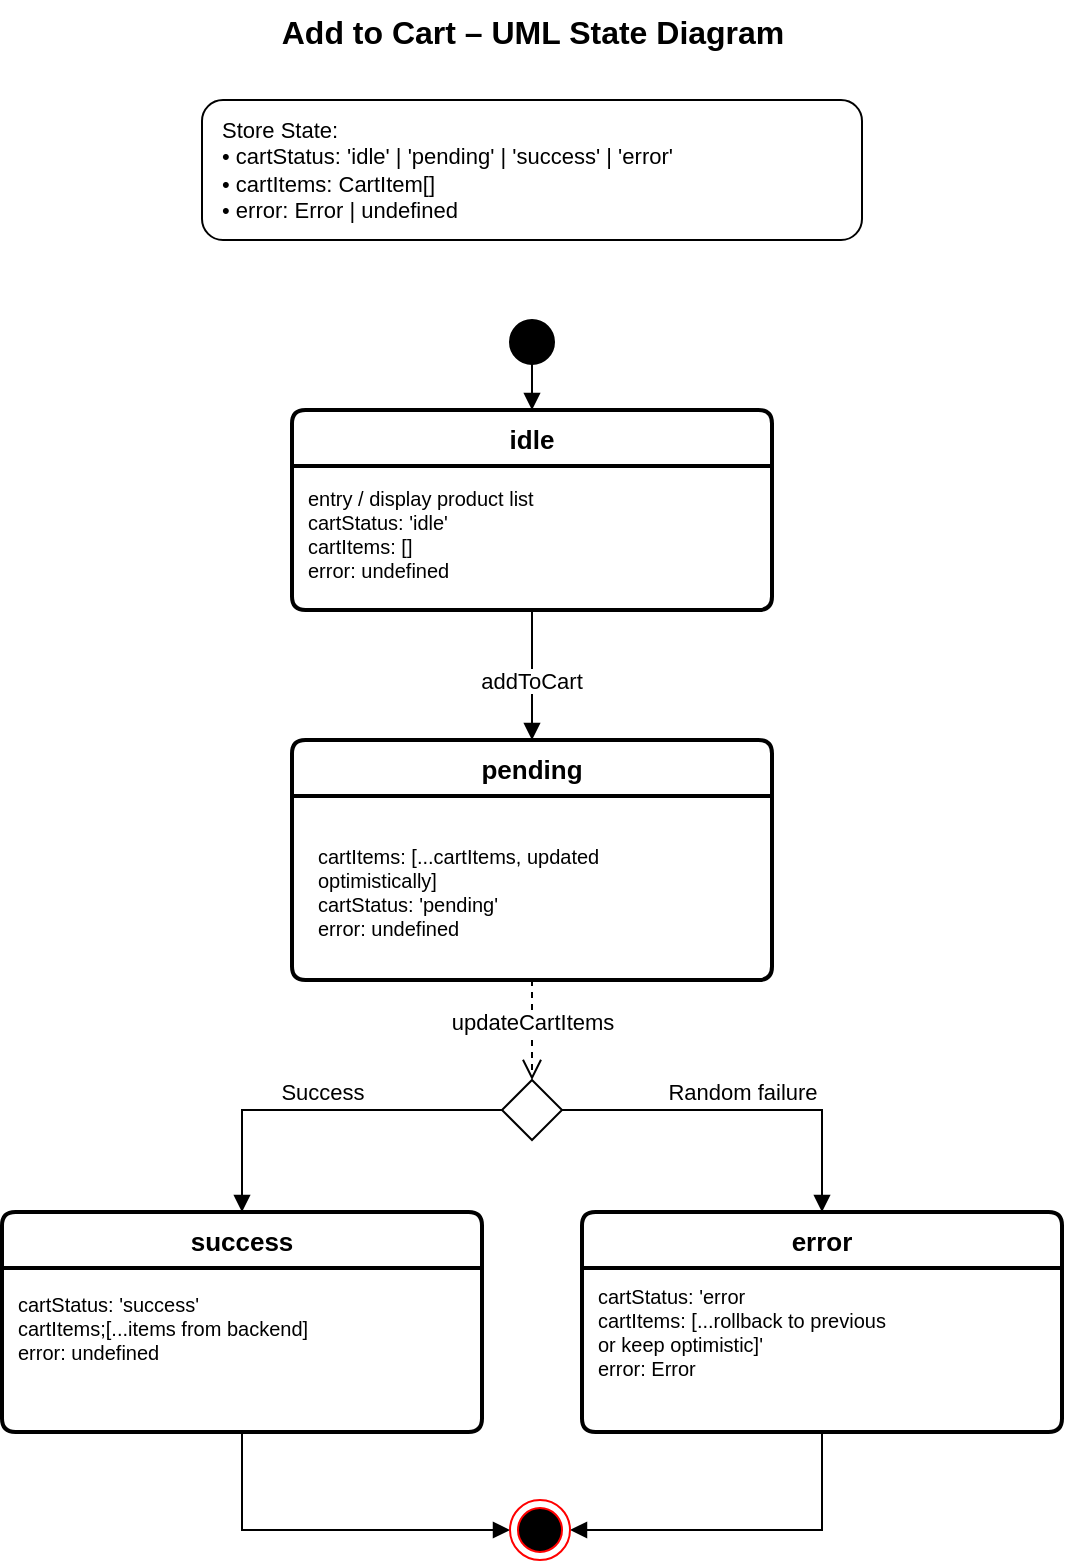
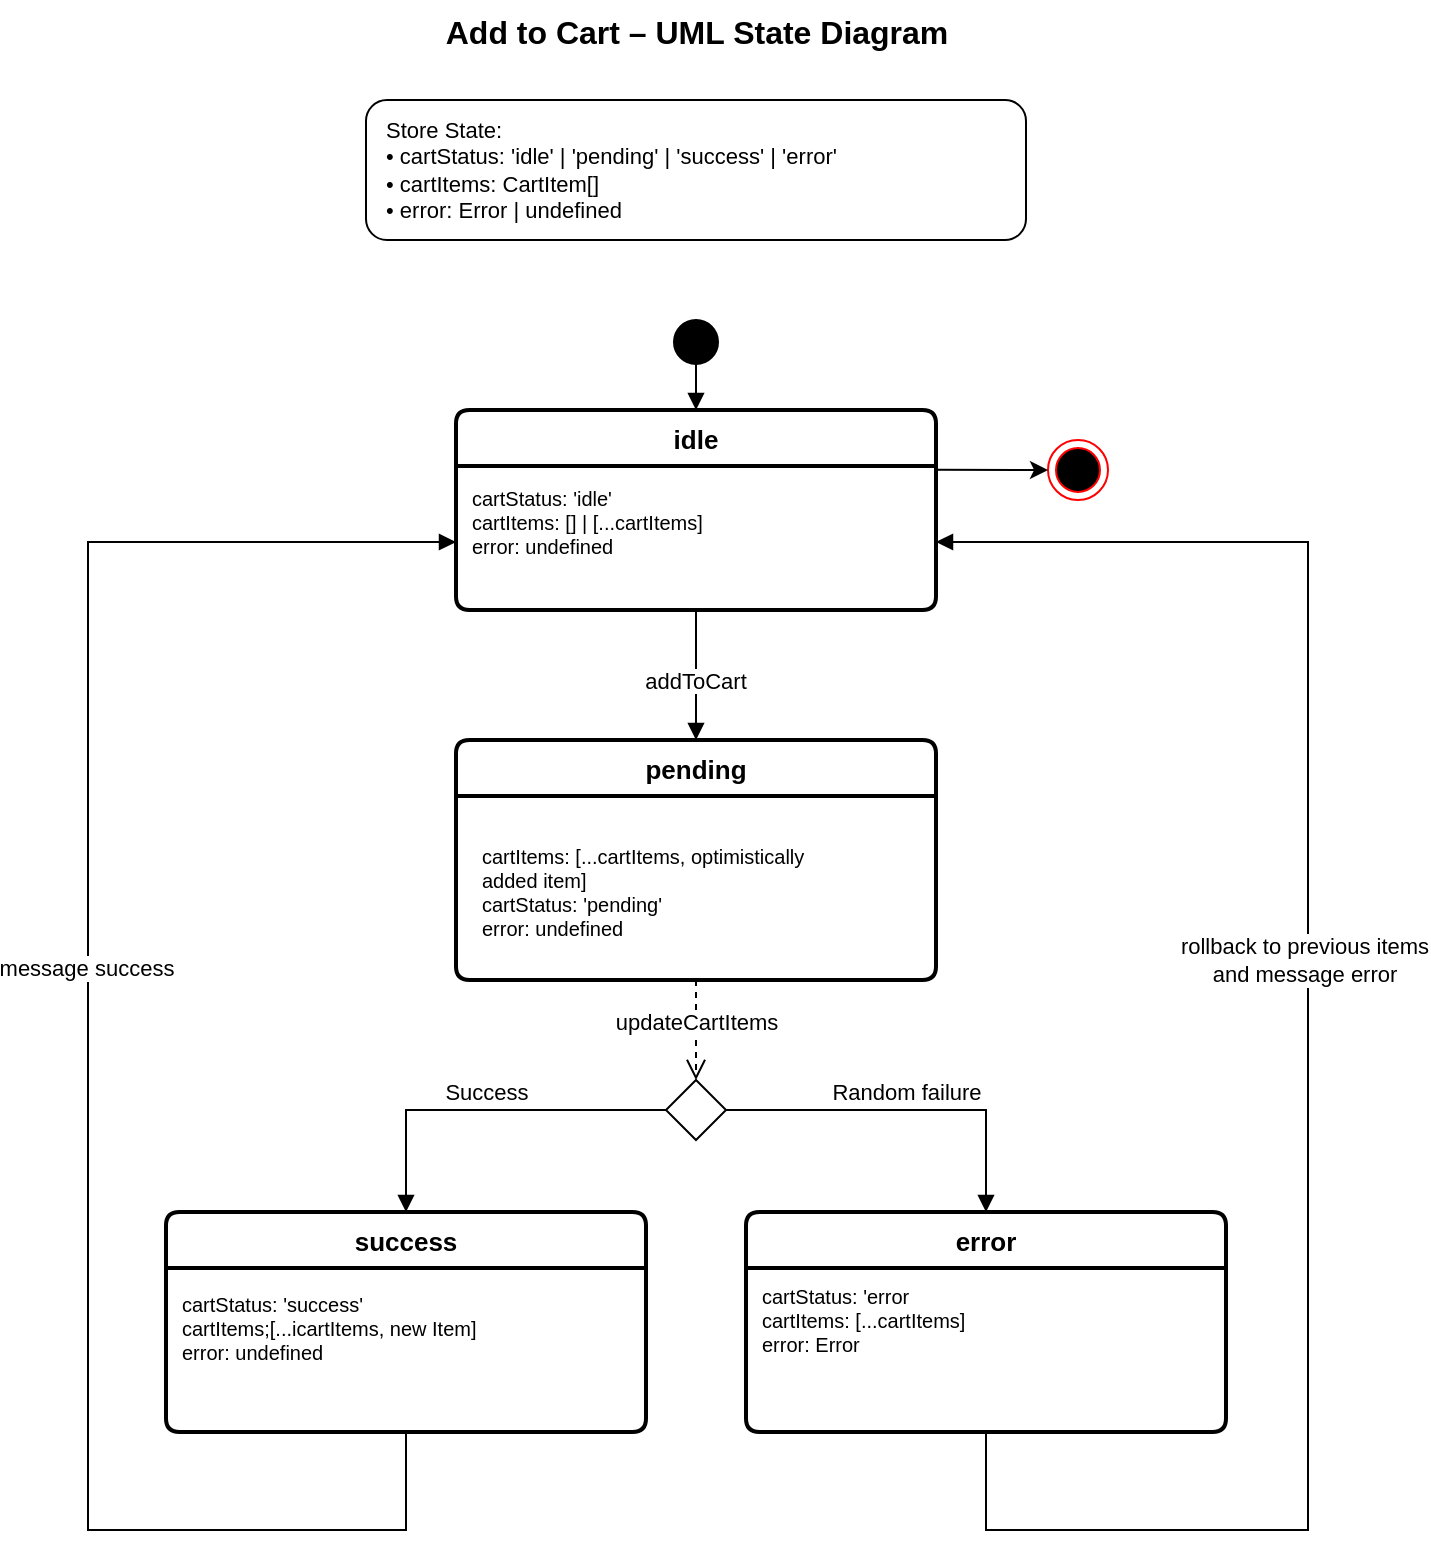
<mxfile host="app.diagrams.net">
  <diagram id="MngWNacFUTHRMVEKj6Bu" name="Page-1">
-     <mxGraphModel dx="1178" dy="648" grid="1" gridSize="10" guides="1" tooltips="1" connect="1" arrows="1" fold="1" page="1" pageScale="1" pageWidth="827" pageHeight="1169" math="0" shadow="0">
+     <mxGraphModel dx="808" dy="444" grid="1" gridSize="10" guides="1" tooltips="1" connect="1" arrows="1" fold="1" page="1" pageScale="1" pageWidth="827" pageHeight="1169" math="0" shadow="0">
      <root>
        <mxCell id="0" />
        <mxCell id="1" parent="0" />
        <mxCell id="title" parent="1" style="text;html=1;fontSize=16;fontStyle=1;align=center;" value="Add to Cart – UML State Diagram" vertex="1">
          <mxGeometry height="30" width="330" x="249" y="30" as="geometry" />
        </mxCell>
        <mxCell id="initial" parent="1" style="ellipse;aspect=fixed;fillColor=#000000;strokeColor=#000000;" value="" vertex="1">
          <mxGeometry height="22" width="22" x="403" y="190" as="geometry" />
        </mxCell>
        <mxCell id="state-idle" parent="1" style="swimlane;startSize=28;rounded=1;arcSize=8;fillColor=none;strokeColor=#000000;fontSize=13;fontStyle=1;strokeWidth=2;" value="idle" vertex="1">
          <mxGeometry height="100" width="240" x="294" y="235" as="geometry" />
        </mxCell>
-         <mxCell id="state-idle-body" parent="state-idle" style="text;html=1;align=left;verticalAlign=top;spacingLeft=6;fontSize=10;strokeColor=none;fillColor=none;" value="entry / display product list&lt;br&gt;cartStatus: &#39;idle&#39;&lt;div&gt;cartItems: []&lt;br&gt;error: undefined&lt;/div&gt;" vertex="1">
+         <mxCell id="state-idle-body" parent="state-idle" style="text;html=1;align=left;verticalAlign=top;spacingLeft=6;fontSize=10;strokeColor=none;fillColor=none;" value="cartStatus: &#39;idle&#39;&lt;div&gt;cartItems: [] | [...cartItems]&lt;br&gt;error: undefined&lt;/div&gt;" vertex="1">
          <mxGeometry height="68" width="240" y="32" as="geometry" />
        </mxCell>
        <mxCell id="state-loading" parent="1" style="swimlane;startSize=28;rounded=1;arcSize=8;fillColor=none;strokeColor=#000000;fontSize=13;fontStyle=1;strokeWidth=2;" value="pending" vertex="1">
          <mxGeometry height="120" width="240" x="294" y="400" as="geometry" />
        </mxCell>
-         <mxCell id="7sUgZ1GU8TwjSTWwtebS-1" parent="state-loading" style="text;html=1;whiteSpace=wrap;strokeColor=none;fillColor=none;align=left;verticalAlign=middle;rounded=0;" value="&lt;div style=&quot;line-height: 100%;&quot;&gt;&lt;font style=&quot;font-size: 10px; line-height: 100%;&quot;&gt;cartItems: [...cartItems, updated optimistically]&lt;/font&gt;&lt;div&gt;&lt;font style=&quot;font-size: 10px; line-height: 100%;&quot;&gt;cartStatus: &#39;pending&#39;&lt;/font&gt;&lt;/div&gt;&lt;div&gt;&lt;font style=&quot;font-size: 10px; line-height: 100%;&quot;&gt;error: undefined&lt;/font&gt;&lt;/div&gt;&lt;/div&gt;" vertex="1">
+         <mxCell id="7sUgZ1GU8TwjSTWwtebS-1" parent="state-loading" style="text;html=1;whiteSpace=wrap;strokeColor=none;fillColor=none;align=left;verticalAlign=middle;rounded=0;" value="&lt;div style=&quot;line-height: 100%;&quot;&gt;&lt;font style=&quot;font-size: 10px; line-height: 100%;&quot;&gt;cartItems: [...cartItems, optimistically added item]&lt;/font&gt;&lt;div&gt;&lt;font style=&quot;font-size: 10px; line-height: 100%;&quot;&gt;cartStatus: &#39;pending&#39;&lt;/font&gt;&lt;/div&gt;&lt;div&gt;&lt;font style=&quot;font-size: 10px; line-height: 100%;&quot;&gt;error: undefined&lt;/font&gt;&lt;/div&gt;&lt;/div&gt;" vertex="1">
          <mxGeometry height="50" width="190" x="11" y="50" as="geometry" />
        </mxCell>
        <mxCell id="state-success" parent="1" style="swimlane;startSize=28;rounded=1;arcSize=8;fillColor=light-dark(#ffffff, #1f2f1e);strokeColor=light-dark(#000000, #446e2c);fontSize=13;fontStyle=1;strokeWidth=2;" value="success" vertex="1">
          <mxGeometry height="110" width="240" x="149" y="636" as="geometry" />
        </mxCell>
-         <mxCell id="state-success-body" parent="state-success" style="text;html=1;align=left;verticalAlign=top;spacingLeft=6;fontSize=10;strokeColor=none;fillColor=none;" value="cartStatus: &#39;success&#39;&lt;div&gt;cartItems;[...items from backend]&lt;br&gt;&lt;div&gt;error: undefined&lt;br&gt;&lt;div&gt;&lt;br&gt;&lt;/div&gt;&lt;/div&gt;&lt;/div&gt;" vertex="1">
+         <mxCell id="state-success-body" parent="state-success" style="text;html=1;align=left;verticalAlign=top;spacingLeft=6;fontSize=10;strokeColor=none;fillColor=none;" value="cartStatus: &#39;success&#39;&lt;div&gt;cartItems;[...icartItems, new Item]&lt;br&gt;&lt;div&gt;error: undefined&lt;br&gt;&lt;div&gt;&lt;br&gt;&lt;/div&gt;&lt;/div&gt;&lt;/div&gt;" vertex="1">
          <mxGeometry height="68" width="210" y="34" as="geometry" />
        </mxCell>
        <mxCell id="state-error" parent="1" style="swimlane;startSize=28;rounded=1;arcSize=8;fillColor=#FFFFFF;strokeColor=#000000;fontSize=13;fontStyle=1;strokeWidth=2;" value="error" vertex="1">
          <mxGeometry height="110" width="240" x="439" y="636" as="geometry" />
        </mxCell>
-         <mxCell id="state-error-body" parent="state-error" style="text;html=1;align=left;verticalAlign=top;spacingLeft=6;fontSize=10;strokeColor=none;fillColor=none;" value="&lt;div&gt;cartStatus: &#39;error&lt;/div&gt;&lt;div&gt;cartItems: [...rollback to previous&amp;nbsp;&lt;/div&gt;&lt;div&gt;or keep optimistic]&#39;&lt;/div&gt;&lt;div&gt;error: Error&lt;br&gt;&lt;br&gt;&lt;br&gt;&lt;/div&gt;" vertex="1">
+         <mxCell id="state-error-body" parent="state-error" style="text;html=1;align=left;verticalAlign=top;spacingLeft=6;fontSize=10;strokeColor=none;fillColor=none;" value="&lt;div&gt;cartStatus: &#39;error&lt;/div&gt;&lt;div&gt;cartItems: [...cartItems&lt;span style=&quot;background-color: transparent; color: light-dark(rgb(0, 0, 0), rgb(255, 255, 255));&quot;&gt;]&lt;/span&gt;&lt;/div&gt;&lt;div&gt;error: Error&lt;br&gt;&lt;br&gt;&lt;br&gt;&lt;/div&gt;" vertex="1">
          <mxGeometry height="76" width="150" y="30" as="geometry" />
        </mxCell>
        <mxCell id="t-init-idle" edge="1" parent="1" source="initial" style="endArrow=block;endFill=1;entryX=0.5;entryY=0;entryDx=0;entryDy=0;" target="state-idle" value="">
          <mxGeometry relative="1" as="geometry" />
        </mxCell>
        <mxCell id="t-idle-loading" edge="1" parent="1" source="state-idle" style="endArrow=block;endFill=1;fontSize=11;align=center;" target="state-loading" value="addToCart">
          <mxGeometry relative="1" x="0.0769" as="geometry">
            <mxPoint as="offset" />
            <mxPoint x="19" y="390" as="sourcePoint" />
            <mxPoint x="19" y="420" as="targetPoint" />
          </mxGeometry>
        </mxCell>
        <mxCell id="state-ref" parent="1" style="text;html=1;strokeColor=#000000;fillColor=none;align=left;verticalAlign=middle;spacingLeft=8;rounded=1;fontSize=11;" value="&lt;span style=&quot;background-color: transparent; color: light-dark(rgb(0, 0, 0), rgb(255, 255, 255));&quot;&gt;Store State:&lt;/span&gt;&lt;div&gt;• cartStatus: &#39;idle&#39; | &#39;pending&#39; | &#39;success&#39; | &#39;error&#39;&lt;br&gt;• cartItems: CartItem[]&lt;br&gt;• error: Error | undefined&lt;/div&gt;" vertex="1">
          <mxGeometry height="70" width="330" x="249" y="80" as="geometry" />
        </mxCell>
        <mxCell id="7sUgZ1GU8TwjSTWwtebS-2" edge="1" parent="1" source="state-loading" style="endArrow=open;startArrow=none;endFill=0;startFill=0;endSize=8;html=1;verticalAlign=bottom;dashed=1;labelBackgroundColor=none;rounded=0;exitX=0.5;exitY=1;exitDx=0;exitDy=0;entryX=0.5;entryY=0;entryDx=0;entryDy=0;" target="7sUgZ1GU8TwjSTWwtebS-3" value="&lt;span style=&quot;background-color: rgb(255, 255, 255);&quot;&gt;updateCartItems&lt;/span&gt;">
          <mxGeometry relative="1" width="160" x="0.2" as="geometry">
            <mxPoint as="offset" />
            <Array as="points" />
            <mxPoint x="-51" y="520" as="sourcePoint" />
            <mxPoint x="-311" y="455" as="targetPoint" />
          </mxGeometry>
        </mxCell>
        <mxCell id="7sUgZ1GU8TwjSTWwtebS-3" parent="1" style="rhombus;" value="" vertex="1">
          <mxGeometry height="30" width="30" x="399" y="570" as="geometry" />
        </mxCell>
        <mxCell id="7sUgZ1GU8TwjSTWwtebS-9" edge="1" parent="1" source="7sUgZ1GU8TwjSTWwtebS-3" style="html=1;verticalAlign=bottom;endArrow=block;curved=0;rounded=0;exitX=0;exitY=0.5;exitDx=0;exitDy=0;entryX=0.5;entryY=0;entryDx=0;entryDy=0;" target="state-success" value="Success">
          <mxGeometry relative="1" width="80" as="geometry">
            <Array as="points">
              <mxPoint x="269" y="585" />
            </Array>
            <mxPoint x="359" y="536" as="sourcePoint" />
            <mxPoint x="249" y="636" as="targetPoint" />
          </mxGeometry>
        </mxCell>
        <mxCell id="7sUgZ1GU8TwjSTWwtebS-10" edge="1" parent="1" source="7sUgZ1GU8TwjSTWwtebS-3" style="html=1;verticalAlign=bottom;endArrow=block;curved=0;rounded=0;exitX=1;exitY=0.5;exitDx=0;exitDy=0;entryX=0.5;entryY=0;entryDx=0;entryDy=0;" target="state-error" value="Random failure">
          <mxGeometry relative="1" width="80" x="-0.0055" as="geometry">
            <mxPoint as="offset" />
            <Array as="points">
              <mxPoint x="559" y="585" />
            </Array>
            <mxPoint x="359" y="536" as="sourcePoint" />
            <mxPoint x="439" y="536" as="targetPoint" />
          </mxGeometry>
        </mxCell>
-         <mxCell id="7sUgZ1GU8TwjSTWwtebS-15" edge="1" parent="1" source="state-error" style="html=1;verticalAlign=bottom;endArrow=block;curved=0;rounded=0;entryX=1;entryY=0.5;entryDx=0;entryDy=0;exitX=0.5;exitY=1;exitDx=0;exitDy=0;" target="7sUgZ1GU8TwjSTWwtebS-19" value="">
+         <mxCell id="7sUgZ1GU8TwjSTWwtebS-15" edge="1" parent="1" source="state-error" style="html=1;verticalAlign=bottom;endArrow=block;curved=0;rounded=0;entryX=1;entryY=0.5;entryDx=0;entryDy=0;exitX=0.5;exitY=1;exitDx=0;exitDy=0;" target="state-idle-body" value="">
          <mxGeometry relative="1" width="80" as="geometry">
            <Array as="points">
              <mxPoint x="559" y="795" />
+               <mxPoint x="720" y="795" />
+               <mxPoint x="720" y="301" />
            </Array>
            <mxPoint x="789" y="746" as="sourcePoint" />
            <mxPoint x="529" y="826" as="targetPoint" />
          </mxGeometry>
        </mxCell>
-         <mxCell id="7sUgZ1GU8TwjSTWwtebS-18" edge="1" parent="1" source="state-success" style="html=1;verticalAlign=bottom;endArrow=block;curved=0;rounded=0;entryX=0;entryY=0.5;entryDx=0;entryDy=0;exitX=0.5;exitY=1;exitDx=0;exitDy=0;" target="7sUgZ1GU8TwjSTWwtebS-19" value=" ">
+         <mxCell id="U57JFYg020De7R85EHng-2" connectable="0" parent="7sUgZ1GU8TwjSTWwtebS-15" style="edgeLabel;html=1;align=center;verticalAlign=middle;resizable=0;points=[];" value="rollback to previous items&lt;div&gt;and message error&lt;/div&gt;" vertex="1">
+           <mxGeometry relative="1" x="0.1138" y="2" as="geometry">
+             <mxPoint as="offset" />
+           </mxGeometry>
+         </mxCell>
+         <mxCell id="7sUgZ1GU8TwjSTWwtebS-18" edge="1" parent="1" source="state-success" style="html=1;verticalAlign=bottom;endArrow=block;curved=0;rounded=0;entryX=0;entryY=0.5;entryDx=0;entryDy=0;exitX=0.5;exitY=1;exitDx=0;exitDy=0;" target="state-idle-body" value=" ">
          <mxGeometry relative="1" width="80" as="geometry">
            <Array as="points">
              <mxPoint x="269" y="795" />
+               <mxPoint x="110" y="795" />
+               <mxPoint x="110" y="301" />
            </Array>
            <mxPoint x="248.60000000000002" y="746" as="sourcePoint" />
            <mxPoint x="248.60000000000002" y="826" as="targetPoint" />
          </mxGeometry>
        </mxCell>
+         <mxCell id="U57JFYg020De7R85EHng-1" connectable="0" parent="7sUgZ1GU8TwjSTWwtebS-18" style="edgeLabel;html=1;align=center;verticalAlign=middle;resizable=0;points=[];" value="message success" vertex="1">
+           <mxGeometry relative="1" x="0.1048" y="1" as="geometry">
+             <mxPoint as="offset" />
+           </mxGeometry>
+         </mxCell>
        <mxCell id="7sUgZ1GU8TwjSTWwtebS-19" parent="1" style="ellipse;html=1;shape=endState;fillColor=#000000;strokeColor=#ff0000;" value="" vertex="1">
-           <mxGeometry height="30" width="30" x="403" y="780" as="geometry" />
+           <mxGeometry height="30" width="30" x="590" y="250" as="geometry" />
+         </mxCell>
+         <mxCell id="U57JFYg020De7R85EHng-3" edge="1" parent="1" source="state-idle-body" style="endArrow=classic;html=1;rounded=0;entryX=0;entryY=0.5;entryDx=0;entryDy=0;exitX=0.999;exitY=-0.031;exitDx=0;exitDy=0;exitPerimeter=0;" target="7sUgZ1GU8TwjSTWwtebS-19" value="">
+           <mxGeometry height="50" relative="1" width="50" as="geometry">
+             <mxPoint x="390" y="520" as="sourcePoint" />
+             <mxPoint x="440" y="470" as="targetPoint" />
+           </mxGeometry>
        </mxCell>
      </root>
    </mxGraphModel>
  </diagram>
</mxfile>
